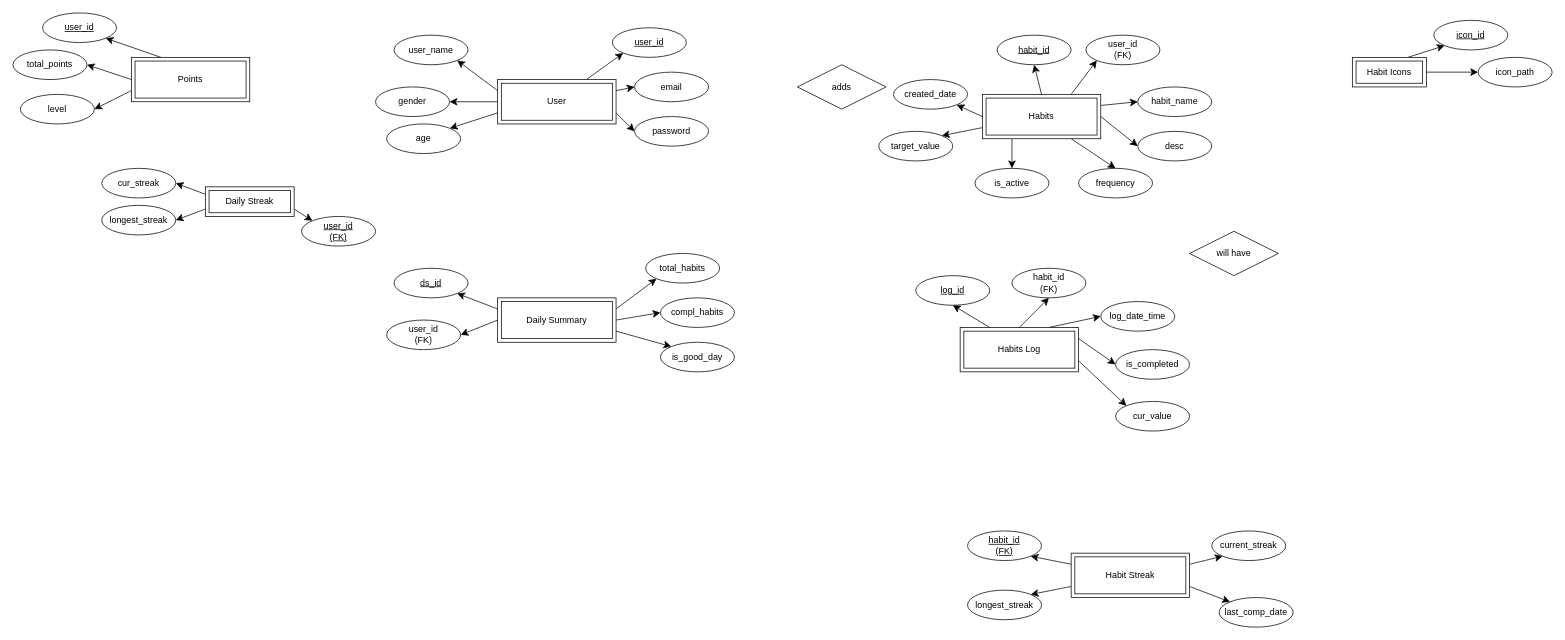
The draw.io diagram db3.drawio in Khushi-MA/linear-regression, before the edit. Source tidied: cells renumbered, new cells numbered last; positions are measured from the earlier drawing's top-left corner, leaving out a move shared by most shapes. Both pictures are drawn from the tidied source at 74%, with x=0, y=0 at pixel (13, 13).
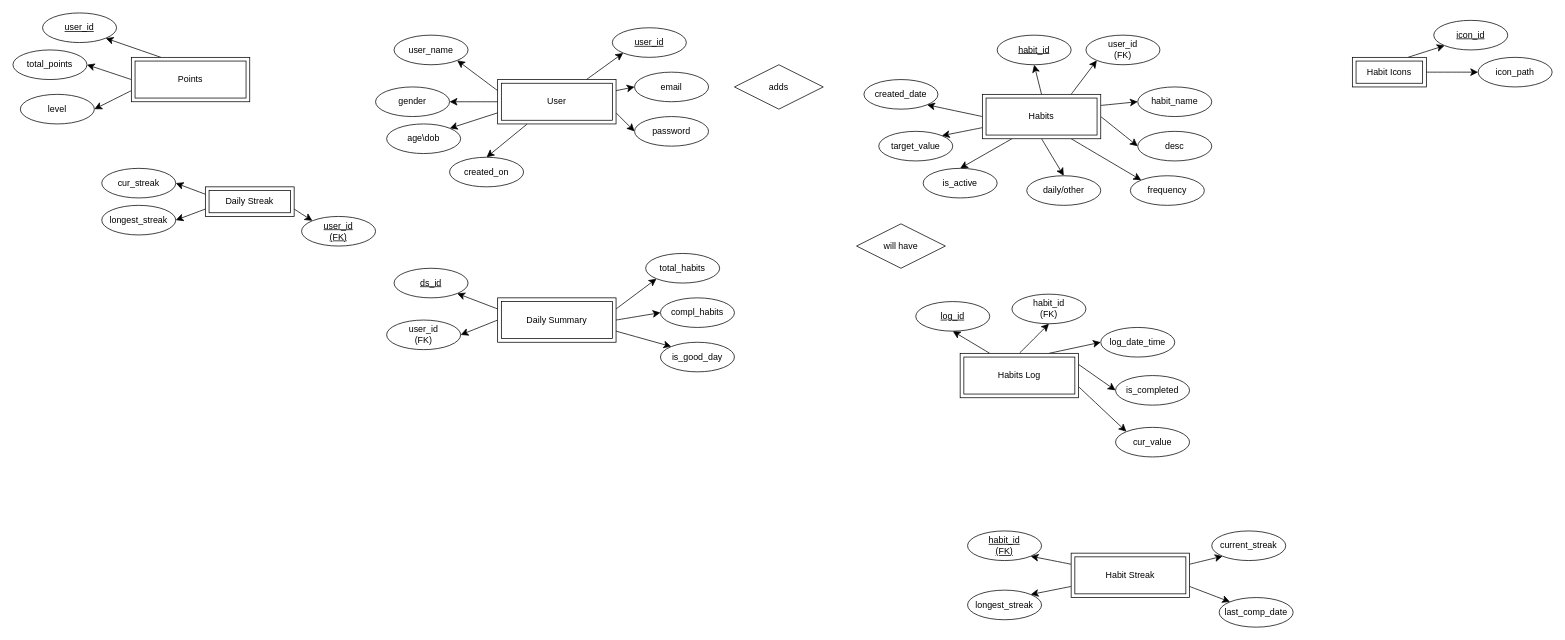
After the change.

The change refers to these unchanged cells:
```xml
<mxCell id="31" value="Habits" style="shape=ext;margin=3;double=1;whiteSpace=wrap;html=1;align=center;" parent="1" vertex="1">
  <mxGeometry x="1310" y="110" width="160" height="60" as="geometry" />
</mxCell>
<mxCell id="38" value="User" style="shape=ext;margin=3;double=1;whiteSpace=wrap;html=1;align=center;" parent="1" vertex="1">
  <mxGeometry x="655" y="90" width="160" height="60" as="geometry" />
</mxCell>
```

Change to the diagram source:
```diff
@@
     <mxCell id="22" value="Habits Log" style="shape=ext;margin=3;double=1;whiteSpace=wrap;html=1;align=center;" parent="1" vertex="1">
-      <mxGeometry x="1280" y="425" width="160" height="60" as="geometry" />
+      <mxGeometry x="1280" y="460" width="160" height="60" as="geometry" />
     </mxCell>
@@
-    <mxCell id="27" style="edgeStyle=none;curved=1;rounded=0;jettySize=auto;html=1;exitX=0.75;exitY=1;exitDx=0;exitDy=0;entryX=0.5;entryY=0;entryDx=0;entryDy=0;fontSize=12;startSize=8;endSize=8;" parent="1" edge="1" source="31" target="58">
-      <mxGeometry relative="1" as="geometry" />
-    </mxCell>
@@
+    <mxCell id="27" style="edgeStyle=none;curved=1;rounded=0;jettySize=auto;html=1;exitX=0.75;exitY=1;exitDx=0;exitDy=0;entryX=0;entryY=0;entryDx=0;entryDy=0;fontSize=12;startSize=8;endSize=8;" parent="1" edge="1" source="31" target="58">
+      <mxGeometry relative="1" as="geometry" />
+    </mxCell>
+    <mxCell id="84" style="edgeStyle=none;curved=1;rounded=0;jettySize=auto;html=1;exitX=0.5;exitY=1;exitDx=0;exitDy=0;entryX=0.5;entryY=0;entryDx=0;entryDy=0;fontSize=12;startSize=8;endSize=8;" parent="1" edge="1" source="31" target="87">
+      <mxGeometry relative="1" as="geometry" />
+    </mxCell>
@@
+    <mxCell id="85" style="edgeStyle=none;curved=1;rounded=0;jettySize=auto;html=1;exitX=0.25;exitY=1;exitDx=0;exitDy=0;entryX=0.5;entryY=0;entryDx=0;entryDy=0;fontSize=12;startSize=8;endSize=8;" parent="1" edge="1" source="38" target="86">
+      <mxGeometry relative="1" as="geometry" />
+    </mxCell>
@@
-    <mxCell id="43" value="age" style="ellipse;whiteSpace=wrap;html=1;align=center;" parent="1" vertex="1">
+    <mxCell id="43" value="age\dob" style="ellipse;whiteSpace=wrap;html=1;align=center;" parent="1" vertex="1">
       <mxGeometry x="505" y="150" width="100" height="40" as="geometry" />
     </mxCell>
@@
     <mxCell id="48" value="log_id" style="ellipse;whiteSpace=wrap;html=1;align=center;fontStyle=4;" parent="1" vertex="1">
-      <mxGeometry x="1220" y="355" width="100" height="40" as="geometry" />
+      <mxGeometry x="1220" y="390" width="100" height="40" as="geometry" />
     </mxCell>
@@
     <mxCell id="54" value="cur_value" style="ellipse;whiteSpace=wrap;html=1;align=center;" parent="1" vertex="1">
-      <mxGeometry x="1490" y="525" width="100" height="40" as="geometry" />
+      <mxGeometry x="1490" y="560" width="100" height="40" as="geometry" />
     </mxCell>
     <mxCell id="55" value="is_completed" style="ellipse;whiteSpace=wrap;html=1;align=center;" parent="1" vertex="1">
-      <mxGeometry x="1490" y="455" width="100" height="40" as="geometry" />
+      <mxGeometry x="1490" y="490" width="100" height="40" as="geometry" />
     </mxCell>
     <mxCell id="56" value="log_date_time" style="ellipse;whiteSpace=wrap;html=1;align=center;" parent="1" vertex="1">
-      <mxGeometry x="1470" y="390" width="100" height="40" as="geometry" />
+      <mxGeometry x="1470" y="425" width="100" height="40" as="geometry" />
     </mxCell>
     <mxCell id="57" value="habit_id&lt;div&gt;(FK)&lt;/div&gt;" style="ellipse;whiteSpace=wrap;html=1;align=center;" parent="1" vertex="1">
-      <mxGeometry x="1350" y="345" width="100" height="40" as="geometry" />
+      <mxGeometry x="1350" y="380" width="100" height="40" as="geometry" />
     </mxCell>
     <mxCell id="58" value="frequency" style="ellipse;whiteSpace=wrap;html=1;align=center;" parent="1" vertex="1">
-      <mxGeometry x="1440" y="210" width="100" height="40" as="geometry" />
+      <mxGeometry x="1510" y="220" width="100" height="40" as="geometry" />
     </mxCell>
     <mxCell id="59" value="will have" style="shape=rhombus;perimeter=rhombusPerimeter;whiteSpace=wrap;html=1;align=center;" parent="1" vertex="1">
-      <mxGeometry x="1590" y="295" width="120" height="60" as="geometry" />
+      <mxGeometry x="1140" y="285" width="120" height="60" as="geometry" />
     </mxCell>
     <mxCell id="60" value="adds" style="shape=rhombus;perimeter=rhombusPerimeter;whiteSpace=wrap;html=1;align=center;" parent="1" vertex="1">
-      <mxGeometry x="1060" y="70" width="120" height="60" as="geometry" />
+      <mxGeometry x="975" y="70" width="120" height="60" as="geometry" />
     </mxCell>
@@
     <mxCell id="81" value="is_active" style="ellipse;whiteSpace=wrap;html=1;align=center;" parent="1" vertex="1">
-      <mxGeometry x="1300" y="210" width="100" height="40" as="geometry" />
+      <mxGeometry x="1230" y="210" width="100" height="40" as="geometry" />
     </mxCell>
@@
     <mxCell id="83" value="created_date" style="ellipse;whiteSpace=wrap;html=1;align=center;" parent="1" vertex="1">
-      <mxGeometry x="1190" y="90" width="100" height="40" as="geometry" />
+      <mxGeometry x="1150" y="90" width="100" height="40" as="geometry" />
     </mxCell>
+    <mxCell id="86" value="created_on" style="ellipse;whiteSpace=wrap;html=1;align=center;" parent="1" vertex="1">
+      <mxGeometry x="590" y="195" width="100" height="40" as="geometry" />
+    </mxCell>
+    <mxCell id="87" value="daily/other" style="ellipse;whiteSpace=wrap;html=1;align=center;" parent="1" vertex="1">
+      <mxGeometry x="1370" y="220" width="100" height="40" as="geometry" />
+    </mxCell>
```
